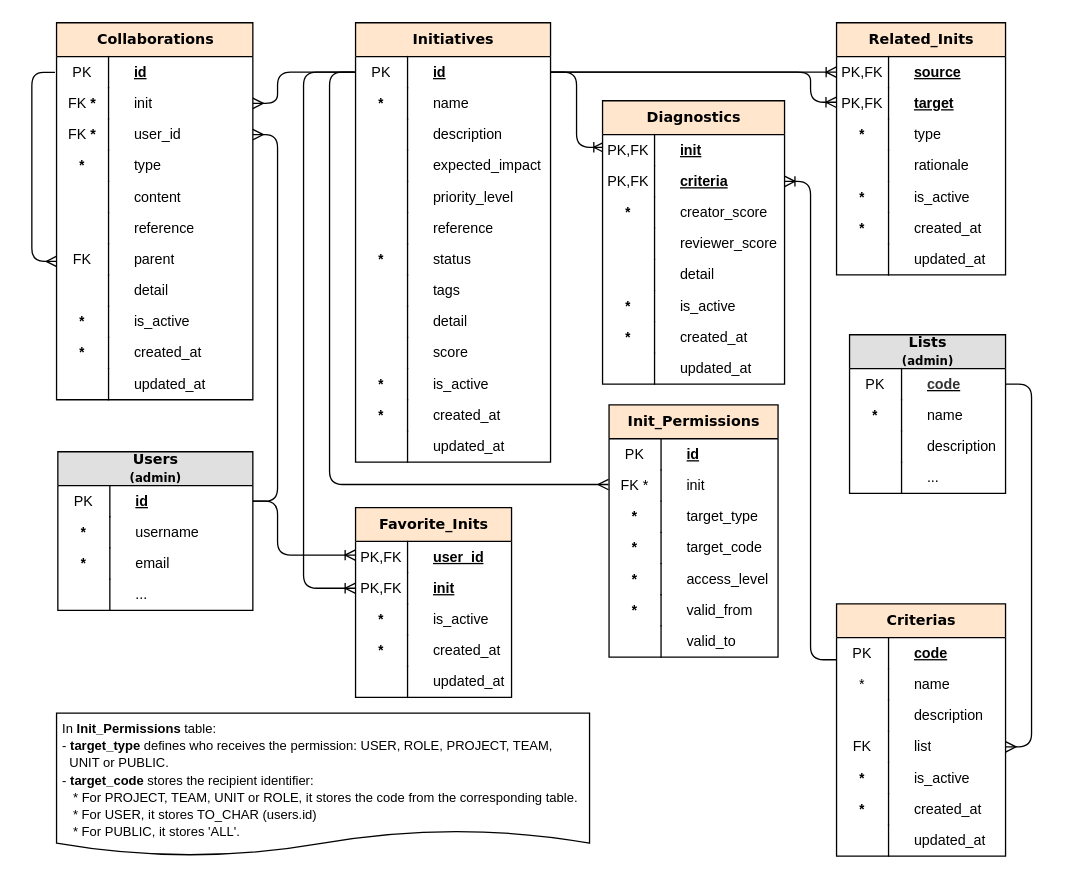
abc-flex/synapxia keeps this draw.io diagram as page "inits" (6 of 8) of docs/models.drawio. Above is the earlier version. Source tidied: cells renumbered, new cells numbered last; positions are measured from the earlier drawing's top-left corner, leaving out a move shared by most shapes. Both pictures are drawn from the tidied source at 130%, with x=0, y=0 at pixel (31, 22).
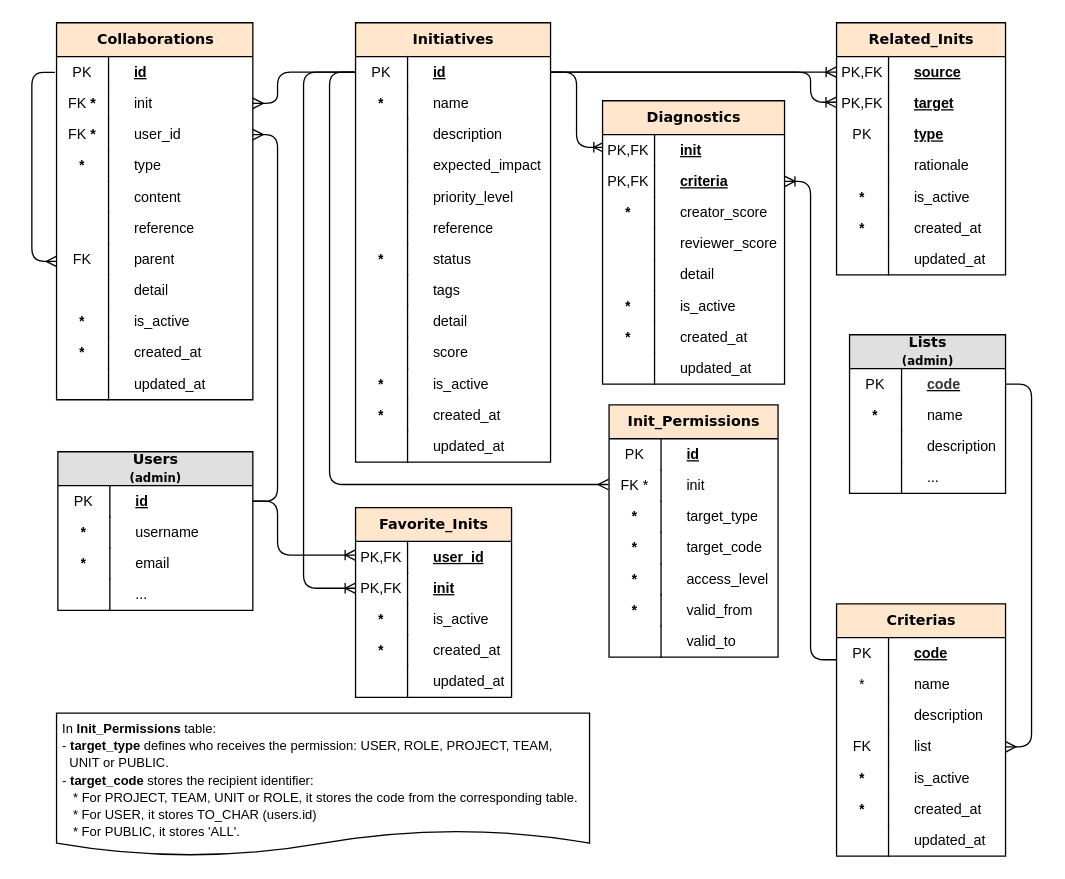
Above is the later version.

The change refers to these unchanged cells:
```xml
<mxCell id="17" value="Related_Inits" style="swimlane;html=1;fontStyle=1;horizontal=1;startSize=26;fillColor=#FFE6CC;swimlaneFillColor=#ffffff;align=center;rounded=0;shadow=0;comic=0;labelBackgroundColor=none;strokeWidth=1;fontFamily=Verdana;fontSize=11;spacing=0;" parent="1" vertex="1">
  <mxGeometry x="619" width="130" height="194" as="geometry" />
</mxCell>
```

What changed in the source:
```diff
@@
-    <mxCell id="22" value="type" style="shape=partialRectangle;top=0;left=0;right=0;bottom=0;html=1;align=left;verticalAlign=middle;fillColor=none;spacingLeft=60;spacingRight=4;whiteSpace=wrap;overflow=hidden;fontStyle=0;fontSize=11;spacing=0;" parent="17" vertex="1">
+    <mxCell id="22" value="&lt;b&gt;&lt;u&gt;type&lt;/u&gt;&lt;/b&gt;" style="shape=partialRectangle;top=0;left=0;right=0;bottom=0;html=1;align=left;verticalAlign=middle;fillColor=none;spacingLeft=60;spacingRight=4;whiteSpace=wrap;overflow=hidden;fontStyle=0;fontSize=11;spacing=0;" parent="17" vertex="1">
       <mxGeometry y="74" width="130" height="24" as="geometry" />
     </mxCell>
-    <mxCell id="23" value="&lt;b&gt;*&lt;/b&gt;" style="shape=partialRectangle;fontStyle=0;top=0;left=0;bottom=0;html=1;fillColor=none;align=center;verticalAlign=middle;spacingLeft=4;spacingRight=4;whiteSpace=wrap;overflow=hidden;fontSize=11;spacing=0;" parent="22" vertex="1">
+    <mxCell id="23" value="PK" style="shape=partialRectangle;fontStyle=0;top=0;left=0;bottom=0;html=1;fillColor=none;align=center;verticalAlign=middle;spacingLeft=4;spacingRight=4;whiteSpace=wrap;overflow=hidden;fontSize=11;spacing=0;" parent="22" vertex="1">
       <mxGeometry width="40" height="24" as="geometry" />
     </mxCell>
```
